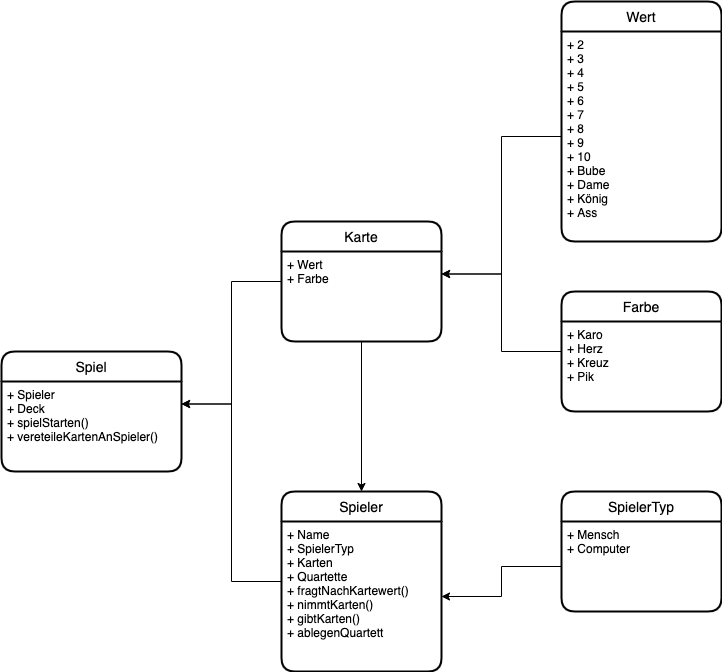
Before: documentation/domain-modell.drawio.png, a diagram exported from draw.io (MoniB79/goFish). Source tidied: cells renumbered, new cells last; positions are measured from the earlier drawing's top-left corner, leaving out a move shared by most shapes.
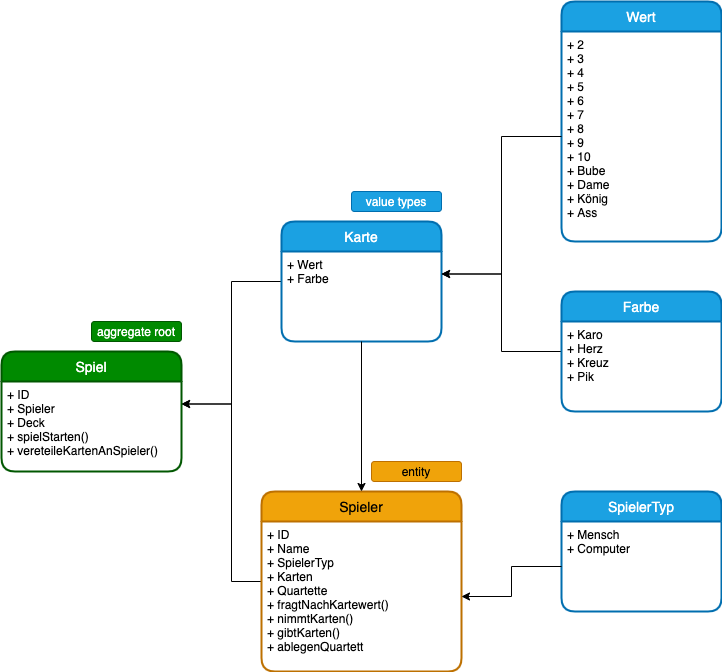
After the commit.

Commit message:
Domain Modell verfeinert

What changed in the source:
```diff
@@ -5,13 +5,13 @@
     <mxCell id="2" style="edgeStyle=orthogonalEdgeStyle;rounded=0;jettySize=auto;html=1;entryX=1;entryY=0.25;entryDx=0;entryDy=0;" parent="1" edge="1" source="3" target="18">
       <mxGeometry relative="1" as="geometry" />
     </mxCell>
-    <mxCell id="3" value="Karte" style="swimlane;horizontal=1;startSize=30;rounded=1;fontSize=14;fontStyle=0;strokeWidth=2;shadow=0;dashed=0;align=center;" parent="1" vertex="1">
+    <mxCell id="3" value="Karte" style="swimlane;horizontal=1;startSize=30;rounded=1;fontSize=14;fontStyle=0;strokeWidth=2;shadow=0;dashed=0;align=center;fillColor=#1ba1e2;strokeColor=#006EAF;fontColor=#ffffff;" parent="1" vertex="1">
       <mxGeometry x="280" y="220" width="160" height="120" as="geometry" />
     </mxCell>
     <mxCell id="4" value="+ Wert&#10;+ Farbe" style="align=left;strokeColor=none;fillColor=none;spacingLeft=4;fontSize=12;verticalAlign=top;" parent="3" vertex="1">
       <mxGeometry y="30" width="160" height="90" as="geometry" />
     </mxCell>
-    <mxCell id="5" value="Wert" style="swimlane;horizontal=1;startSize=30;rounded=1;fontSize=14;fontStyle=0;strokeWidth=2;shadow=0;dashed=0;align=center;" parent="1" vertex="1">
+    <mxCell id="5" value="Wert" style="swimlane;horizontal=1;startSize=30;rounded=1;fontSize=14;fontStyle=0;strokeWidth=2;shadow=0;dashed=0;align=center;fillColor=#1ba1e2;strokeColor=#006EAF;fontColor=#ffffff;" parent="1" vertex="1">
       <mxGeometry x="560" width="160" height="240" as="geometry" />
     </mxCell>
     <mxCell id="6" value="+ 2&#10;+ 3&#10;+ 4&#10;+ 5&#10;+ 6&#10;+ 7&#10;+ 8&#10;+ 9&#10;+ 10&#10;+ Bube&#10;+ Dame&#10;+ König&#10;+ Ass" style="align=left;strokeColor=none;fillColor=none;spacingLeft=4;fontSize=12;verticalAlign=top;" parent="5" vertex="1">
@@ -20,22 +20,27 @@
     <mxCell id="7" style="edgeStyle=orthogonalEdgeStyle;rounded=0;jettySize=auto;html=1;entryX=1;entryY=0.25;entryDx=0;entryDy=0;" parent="1" edge="1" source="8" target="4">
       <mxGeometry relative="1" as="geometry" />
     </mxCell>
-    <mxCell id="8" value="Farbe" style="swimlane;horizontal=1;startSize=30;rounded=1;fontSize=14;fontStyle=0;strokeWidth=2;shadow=0;dashed=0;align=center;" parent="1" vertex="1">
+    <mxCell id="8" value="Farbe" style="swimlane;horizontal=1;startSize=30;rounded=1;fontSize=14;fontStyle=0;strokeWidth=2;shadow=0;dashed=0;align=center;fillColor=#1ba1e2;strokeColor=#006EAF;fontColor=#ffffff;" parent="1" vertex="1">
       <mxGeometry x="560" y="290" width="160" height="120" as="geometry" />
     </mxCell>
     <mxCell id="9" value="+ Karo&#10;+ Herz&#10;+ Kreuz&#10;+ Pik" style="align=left;strokeColor=none;fillColor=none;spacingLeft=4;fontSize=12;verticalAlign=top;" parent="8" vertex="1">
       <mxGeometry y="30" width="160" height="90" as="geometry" />
     </mxCell>
     <mxCell id="10" style="edgeStyle=orthogonalEdgeStyle;rounded=0;jettySize=auto;html=1;entryX=1;entryY=0.25;entryDx=0;entryDy=0;" parent="1" edge="1" source="11" target="18">
-      <mxGeometry relative="1" as="geometry" />
+      <mxGeometry relative="1" as="geometry">
+        <Array as="points">
+          <mxPoint x="230" y="580" />
+          <mxPoint x="230" y="403" />
+        </Array>
+      </mxGeometry>
     </mxCell>
-    <mxCell id="11" value="Spieler" style="swimlane;horizontal=1;startSize=30;rounded=1;fontSize=14;fontStyle=0;strokeWidth=2;shadow=0;dashed=0;align=center;" parent="1" vertex="1">
-      <mxGeometry x="280" y="490" width="160" height="180" as="geometry" />
+    <mxCell id="11" value="Spieler" style="swimlane;horizontal=1;startSize=30;rounded=1;fontSize=14;fontStyle=0;strokeWidth=2;shadow=0;dashed=0;align=center;fillColor=#f0a30a;strokeColor=#BD7000;fontColor=#000000;" parent="1" vertex="1">
+      <mxGeometry x="260" y="490" width="200" height="180" as="geometry" />
     </mxCell>
-    <mxCell id="12" value="+ Name&#10;+ SpielerTyp&#10;+ Karten&#10;+ Quartette&#10;+ fragtNachKartewert()&#10;+ nimmtKarten()&#10;+ gibtKarten()&#10;+ ablegenQuartett" style="align=left;strokeColor=none;fillColor=none;spacingLeft=4;fontSize=12;verticalAlign=top;" parent="11" vertex="1">
-      <mxGeometry y="30" width="160" height="150" as="geometry" />
+    <mxCell id="12" value="+ ID&#10;+ Name&#10;+ SpielerTyp&#10;+ Karten&#10;+ Quartette&#10;+ fragtNachKartewert()&#10;+ nimmtKarten()&#10;+ gibtKarten()&#10;+ ablegenQuartett" style="align=left;strokeColor=none;fillColor=none;spacingLeft=4;fontSize=12;verticalAlign=top;" parent="11" vertex="1">
+      <mxGeometry y="30" width="200" height="150" as="geometry" />
     </mxCell>
-    <mxCell id="13" value="SpielerTyp" style="swimlane;horizontal=1;startSize=30;rounded=1;fontSize=14;fontStyle=0;strokeWidth=2;shadow=0;dashed=0;align=center;" parent="1" vertex="1">
+    <mxCell id="13" value="SpielerTyp" style="swimlane;horizontal=1;startSize=30;rounded=1;fontSize=14;fontStyle=0;strokeWidth=2;shadow=0;dashed=0;align=center;fillColor=#1ba1e2;strokeColor=#006EAF;fontColor=#ffffff;" parent="1" vertex="1">
       <mxGeometry x="560" y="490" width="160" height="120" as="geometry" />
     </mxCell>
     <mxCell id="14" value="+ Mensch&#10;+ Computer" style="align=left;strokeColor=none;fillColor=none;spacingLeft=4;fontSize=12;verticalAlign=top;" parent="13" vertex="1">
@@ -47,14 +52,23 @@
     <mxCell id="16" style="edgeStyle=orthogonalEdgeStyle;rounded=0;jettySize=auto;html=1;entryX=1;entryY=0.25;entryDx=0;entryDy=0;" parent="1" edge="1" source="6" target="4">
       <mxGeometry relative="1" as="geometry" />
     </mxCell>
-    <mxCell id="17" value="Spiel" style="swimlane;horizontal=1;startSize=30;rounded=1;fontSize=14;fontStyle=0;strokeWidth=2;shadow=0;dashed=0;align=center;" parent="1" vertex="1">
+    <mxCell id="17" value="Spiel" style="swimlane;horizontal=1;startSize=30;rounded=1;fontSize=14;fontStyle=0;strokeWidth=2;shadow=0;dashed=0;align=center;fillColor=#008a00;strokeColor=#005700;fontColor=#ffffff;" parent="1" vertex="1">
       <mxGeometry y="350" width="180" height="120" as="geometry" />
     </mxCell>
-    <mxCell id="18" value="+ Spieler&#10;+ Deck&#10;+ spielStarten()&#10;+ vereteileKartenAnSpieler()" style="align=left;strokeColor=none;fillColor=none;spacingLeft=4;fontSize=12;verticalAlign=top;" parent="17" vertex="1">
+    <mxCell id="18" value="+ ID&#10;+ Spieler&#10;+ Deck&#10;+ spielStarten()&#10;+ vereteileKartenAnSpieler()" style="align=left;strokeColor=none;fillColor=none;spacingLeft=4;fontSize=12;verticalAlign=top;" parent="17" vertex="1">
       <mxGeometry y="30" width="180" height="90" as="geometry" />
     </mxCell>
     <mxCell id="19" style="edgeStyle=orthogonalEdgeStyle;rounded=0;jettySize=auto;html=1;entryX=0.5;entryY=0;entryDx=0;entryDy=0;" parent="1" edge="1" source="4" target="11">
       <mxGeometry relative="1" as="geometry" />
     </mxCell>
+    <mxCell id="20" value="value types" style="rounded=1;whiteSpace=wrap;html=1;fillColor=#1ba1e2;strokeColor=#006EAF;fontColor=#ffffff;" parent="1" vertex="1">
+      <mxGeometry x="350" y="190" width="90" height="20" as="geometry" />
+    </mxCell>
+    <mxCell id="21" value="aggregate root" style="rounded=1;whiteSpace=wrap;html=1;fillColor=#008a00;strokeColor=#005700;fontColor=#ffffff;" parent="1" vertex="1">
+      <mxGeometry x="90" y="320" width="90" height="20" as="geometry" />
+    </mxCell>
+    <mxCell id="22" value="entity" style="rounded=1;whiteSpace=wrap;html=1;fillColor=#f0a30a;strokeColor=#BD7000;fontColor=#000000;" parent="1" vertex="1">
+      <mxGeometry x="370" y="460" width="90" height="20" as="geometry" />
+    </mxCell>
   </root>
 </mxGraphModel>
```
